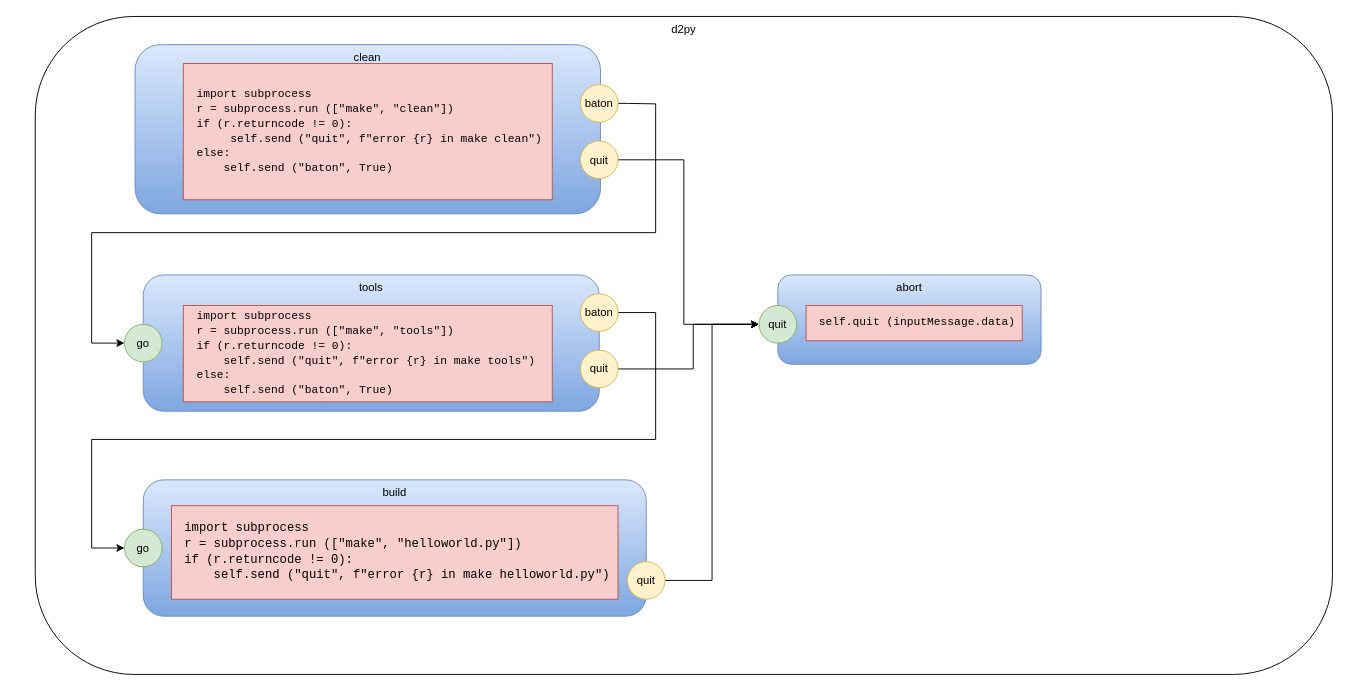
The draw.io diagram d2py.drawio in guitarvydas/das, before the edit. Source tidied: cells renumbered, new cells numbered last; positions are measured from the earlier drawing's top-left corner, leaving out a move shared by most shapes. Both pictures are drawn from the tidied source at 94%, with x=0, y=0 at pixel (35, 16).
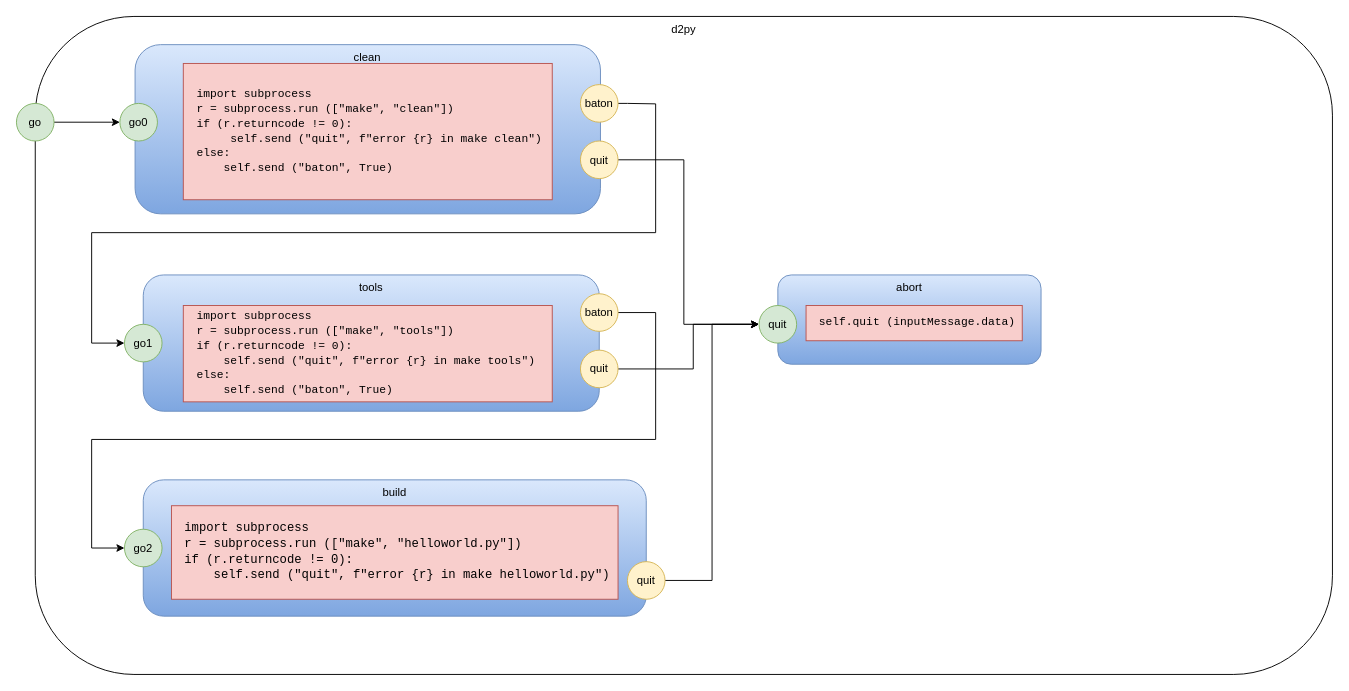
After the change.

The edit, as a diff of the source:
```diff
@@
-    <mxCell id="13" value="go" style="ellipse;whiteSpace=wrap;html=1;fillColor=#d5e8d4;strokeColor=#82b366;" parent="1" vertex="1">
+    <mxCell id="13" value="go1" style="ellipse;whiteSpace=wrap;html=1;fillColor=#d5e8d4;strokeColor=#82b366;" parent="1" vertex="1">
       <mxGeometry x="94.9" y="327.5" width="40" height="40" as="geometry" />
     </mxCell>
@@
-    <mxCell id="18" value="go" style="ellipse;whiteSpace=wrap;html=1;fillColor=#d5e8d4;strokeColor=#82b366;" parent="1" vertex="1">
+    <mxCell id="18" value="go2" style="ellipse;whiteSpace=wrap;html=1;fillColor=#d5e8d4;strokeColor=#82b366;" parent="1" vertex="1">
       <mxGeometry x="94.9" y="545.5" width="40" height="40" as="geometry" />
     </mxCell>
@@
+    <mxCell id="24" value="go0" style="ellipse;whiteSpace=wrap;html=1;fillColor=#d5e8d4;strokeColor=#82b366;" parent="1" vertex="1">
+      <mxGeometry x="90" y="92.5" width="40" height="40" as="geometry" />
+    </mxCell>
+    <mxCell id="25" style="edgeStyle=orthogonalEdgeStyle;rounded=0;jettySize=auto;html=1;exitX=1;exitY=0.5;exitDx=0;exitDy=0;entryX=0;entryY=0.5;entryDx=0;entryDy=0;" parent="1" edge="1" source="26" target="24">
+      <mxGeometry relative="1" as="geometry" />
+    </mxCell>
+    <mxCell id="26" value="go" style="ellipse;whiteSpace=wrap;html=1;fillColor=#d5e8d4;strokeColor=#82b366;" parent="1" vertex="1">
+      <mxGeometry x="-20" y="92.5" width="40" height="40" as="geometry" />
+    </mxCell>
```
